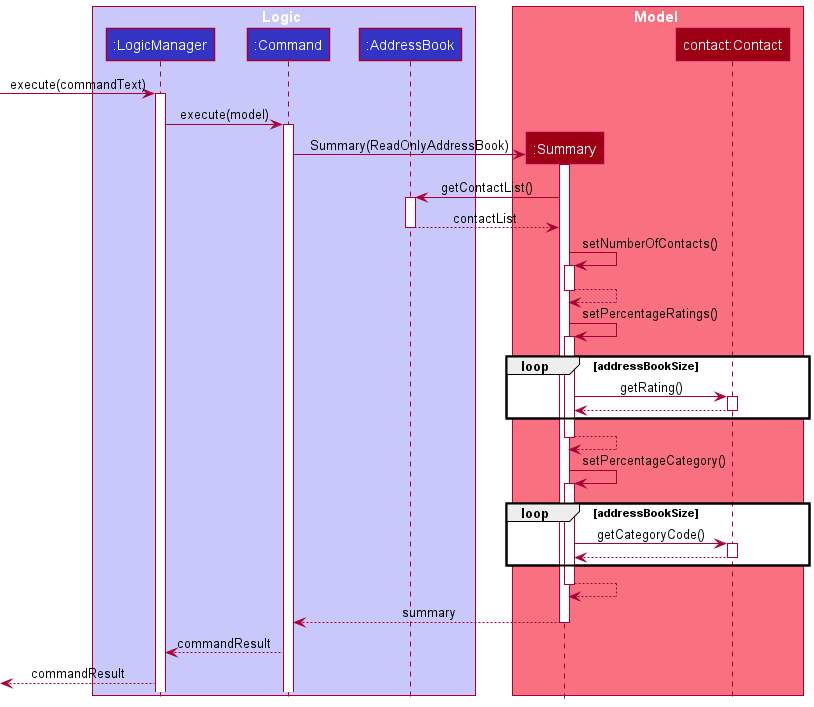
Earlier version of the PlantUML export docs/images/SummarySequenceDiagramCommand.png (nus-cs2103-AY2122S1/tp). Source of this version:
```plantuml
@startuml
!include style.puml

box Logic LOGIC_COLOR_T1

participant ":LogicManager" as LogicManager LOGIC_COLOR
participant ":Command" as Command LOGIC_COLOR
participant ":AddressBook" as AddressBook LOGIC_COLOR
end box

box Model MODEL_COLOR_T1
participant ":Summary" as Summary MODEL_COLOR
participant "contact:Contact" as Contact MODEL_COLOR
end box

[-> LogicManager : execute(commandText)
activate LogicManager

LogicManager -> Command : execute(model)
activate Command

create Summary
Command -> Summary : Summary(ReadOnlyAddressBook)

activate Summary

Summary -> AddressBook : getContactList()
activate AddressBook

AddressBook --> Summary : contactList
deactivate AddressBook

Summary -> Summary : setNumberOfContacts()
activate Summary

Summary --> Summary
deactivate Summary

Summary -> Summary : setPercentageRatings()
activate Summary

loop addressBookSize
Summary -> Contact : getRating()
activate Contact

Contact --> Summary
deactivate Contact
end
Summary --> Summary
deactivate Summary

Summary -> Summary : setPercentageCategory()
activate Summary

loop addressBookSize
Summary -> Contact : getCategoryCode()
activate Contact

Contact --> Summary
deactivate Contact
end

Summary --> Summary
deactivate Summary

Summary --> Command : summary
deactivate Summary

Command --> LogicManager : commandResult
[<-- LogicManager : commandResult


@enduml
```
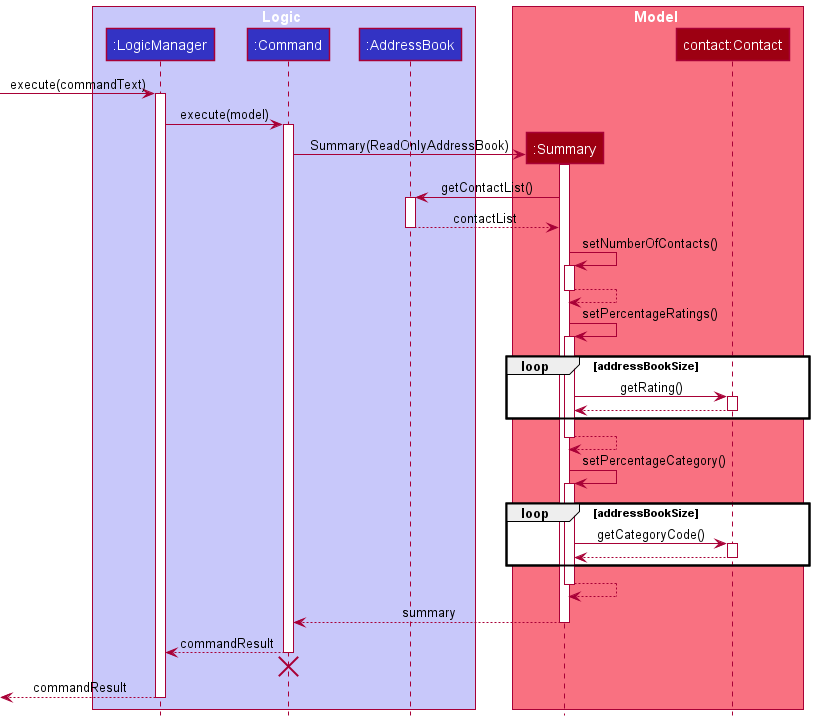
After the change.

Change to the diagram source:
```diff
@@ -67,7 +67,12 @@
 deactivate Summary
 
 Command --> LogicManager : commandResult
+deactivate Command
+Command -[hidden]-> LogicManager
+destroy Command
+
 [<-- LogicManager : commandResult
+deactivate LogicManager
 
 
 @enduml
```
